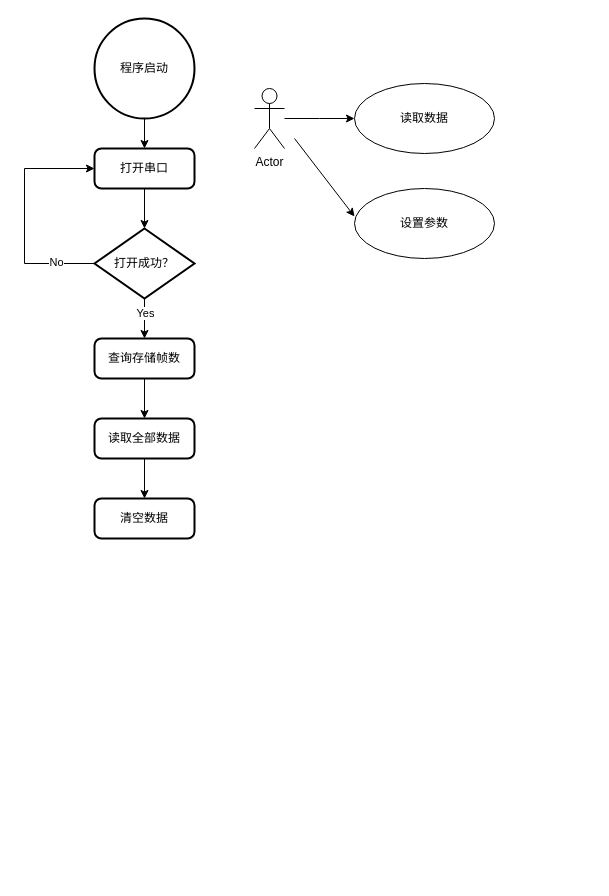
zhugy08/drawio keeps this draw.io diagram as 未命名绘图.drawio. Above is the earlier version. Source tidied: cells renumbered, new cells numbered last; positions are measured from the earlier drawing's top-left corner, leaving out a move shared by most shapes. Both pictures are drawn from the tidied source at 100%, with x=0, y=0 at pixel (24, 18).
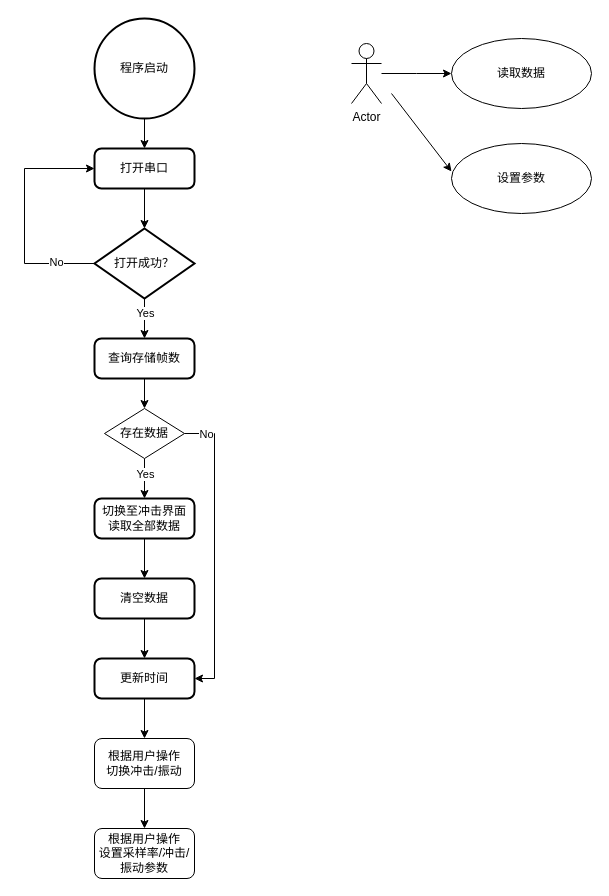
After the change.

The change refers to these unchanged cells:
```xml
<mxCell id="12" value="查询存储帧数" style="rounded=1;whiteSpace=wrap;html=1;absoluteArcSize=1;arcSize=14;strokeWidth=2;" parent="1" vertex="1">
  <mxGeometry x="70" y="320" width="100" height="40" as="geometry" />
</mxCell>
```

Change to the diagram source:
```diff
@@
-    <mxCell id="11" style="edgeStyle=orthogonalEdgeStyle;rounded=0;jettySize=auto;html=1;" parent="1" edge="1" source="12" target="14">
-      <mxGeometry relative="1" as="geometry" />
-    </mxCell>
+    <mxCell id="21" style="edgeStyle=orthogonalEdgeStyle;rounded=0;jettySize=auto;html=1;" parent="1" edge="1" source="12" target="29">
+      <mxGeometry relative="1" as="geometry" />
+    </mxCell>
@@
-    <mxCell id="14" value="读取全部数据" style="rounded=1;whiteSpace=wrap;html=1;absoluteArcSize=1;arcSize=14;strokeWidth=2;" parent="1" vertex="1">
-      <mxGeometry x="70" y="400" width="100" height="40" as="geometry" />
+    <mxCell id="14" value="切换至冲击界面&lt;br&gt;读取全部数据" style="rounded=1;whiteSpace=wrap;html=1;absoluteArcSize=1;arcSize=14;strokeWidth=2;" parent="1" vertex="1">
+      <mxGeometry x="70" y="480" width="100" height="40" as="geometry" />
     </mxCell>
+    <mxCell id="22" style="edgeStyle=orthogonalEdgeStyle;rounded=0;jettySize=auto;html=1;" parent="1" edge="1" source="15" target="24">
+      <mxGeometry relative="1" as="geometry" />
+    </mxCell>
     <mxCell id="15" value="清空数据" style="rounded=1;whiteSpace=wrap;html=1;absoluteArcSize=1;arcSize=14;strokeWidth=2;" parent="1" vertex="1">
-      <mxGeometry x="70" y="480" width="100" height="40" as="geometry" />
+      <mxGeometry x="70" y="560" width="100" height="40" as="geometry" />
     </mxCell>
     <mxCell id="16" style="edgeStyle=orthogonalEdgeStyle;rounded=0;jettySize=auto;html=1;" parent="1" edge="1" source="17">
       <mxGeometry relative="1" as="geometry">
-        <mxPoint x="330" y="100" as="targetPoint" />
+        <mxPoint x="427" y="55" as="targetPoint" />
       </mxGeometry>
     </mxCell>
     <mxCell id="17" value="Actor" style="shape=umlActor;verticalLabelPosition=bottom;verticalAlign=top;html=1;" parent="1" vertex="1">
-      <mxGeometry x="230" y="70" width="30" height="60" as="geometry" />
+      <mxGeometry x="327" y="25" width="30" height="60" as="geometry" />
     </mxCell>
     <mxCell id="18" value="读取数据" style="ellipse;whiteSpace=wrap;html=1;" parent="1" vertex="1">
-      <mxGeometry x="330" y="65" width="140" height="70" as="geometry" />
+      <mxGeometry x="427" y="20" width="140" height="70" as="geometry" />
     </mxCell>
     <mxCell id="19" value="设置参数" style="ellipse;whiteSpace=wrap;html=1;" parent="1" vertex="1">
-      <mxGeometry x="330" y="170" width="140" height="70" as="geometry" />
+      <mxGeometry x="427" y="125" width="140" height="70" as="geometry" />
     </mxCell>
     <mxCell id="20" style="endArrow=classic;html=1;rounded=0;entryX=0;entryY=0.4;entryDx=0;entryDy=0;entryPerimeter=0;" parent="1" edge="1" target="19">
       <mxGeometry relative="1" as="geometry">
-        <mxPoint x="270" y="120" as="sourcePoint" />
+        <mxPoint x="367" y="75" as="sourcePoint" />
       </mxGeometry>
     </mxCell>
+    <mxCell id="23" style="edgeStyle=orthogonalEdgeStyle;rounded=0;jettySize=auto;html=1;" parent="1" edge="1" source="24" target="31">
+      <mxGeometry relative="1" as="geometry" />
+    </mxCell>
+    <mxCell id="24" value="更新时间" style="rounded=1;whiteSpace=wrap;html=1;absoluteArcSize=1;arcSize=14;strokeWidth=2;" parent="1" vertex="1">
+      <mxGeometry x="70" y="640" width="100" height="40" as="geometry" />
+    </mxCell>
+    <mxCell id="25" style="edgeStyle=orthogonalEdgeStyle;rounded=0;jettySize=auto;html=1;" parent="1" edge="1" source="29" target="14">
+      <mxGeometry relative="1" as="geometry" />
+    </mxCell>
+    <mxCell id="26" value="Yes" style="edgeLabel;html=1;align=center;verticalAlign=middle;" parent="25" vertex="1">
+      <mxGeometry x="-0.25" relative="1" as="geometry" />
+    </mxCell>
+    <mxCell id="27" style="edgeStyle=orthogonalEdgeStyle;rounded=0;jettySize=auto;html=1;entryX=1;entryY=0.5;entryDx=0;entryDy=0;" parent="1" edge="1" source="29" target="24">
+      <mxGeometry relative="1" as="geometry">
+        <Array as="points">
+          <mxPoint x="190" y="415" />
+          <mxPoint x="190" y="660" />
+        </Array>
+      </mxGeometry>
+    </mxCell>
+    <mxCell id="28" value="No" style="edgeLabel;html=1;align=center;verticalAlign=middle;" parent="27" vertex="1">
+      <mxGeometry x="-0.86" relative="1" as="geometry" />
+    </mxCell>
+    <mxCell id="29" value="存在数据" style="rhombus;whiteSpace=wrap;html=1;" parent="1" vertex="1">
+      <mxGeometry x="80" y="390" width="80" height="50" as="geometry" />
+    </mxCell>
+    <mxCell id="30" style="edgeStyle=orthogonalEdgeStyle;rounded=0;jettySize=auto;html=1;" parent="1" edge="1" source="31" target="32">
+      <mxGeometry relative="1" as="geometry" />
+    </mxCell>
+    <mxCell id="31" value="根据用户操作&lt;br&gt;切换冲击/振动" style="rounded=1;whiteSpace=wrap;html=1;" parent="1" vertex="1">
+      <mxGeometry x="70" y="720" width="100" height="50" as="geometry" />
+    </mxCell>
+    <mxCell id="32" value="根据用户操作&lt;br&gt;设置采样率/冲击/振动参数" style="rounded=1;whiteSpace=wrap;html=1;" parent="1" vertex="1">
+      <mxGeometry x="70" y="810" width="100" height="50" as="geometry" />
+    </mxCell>
```
